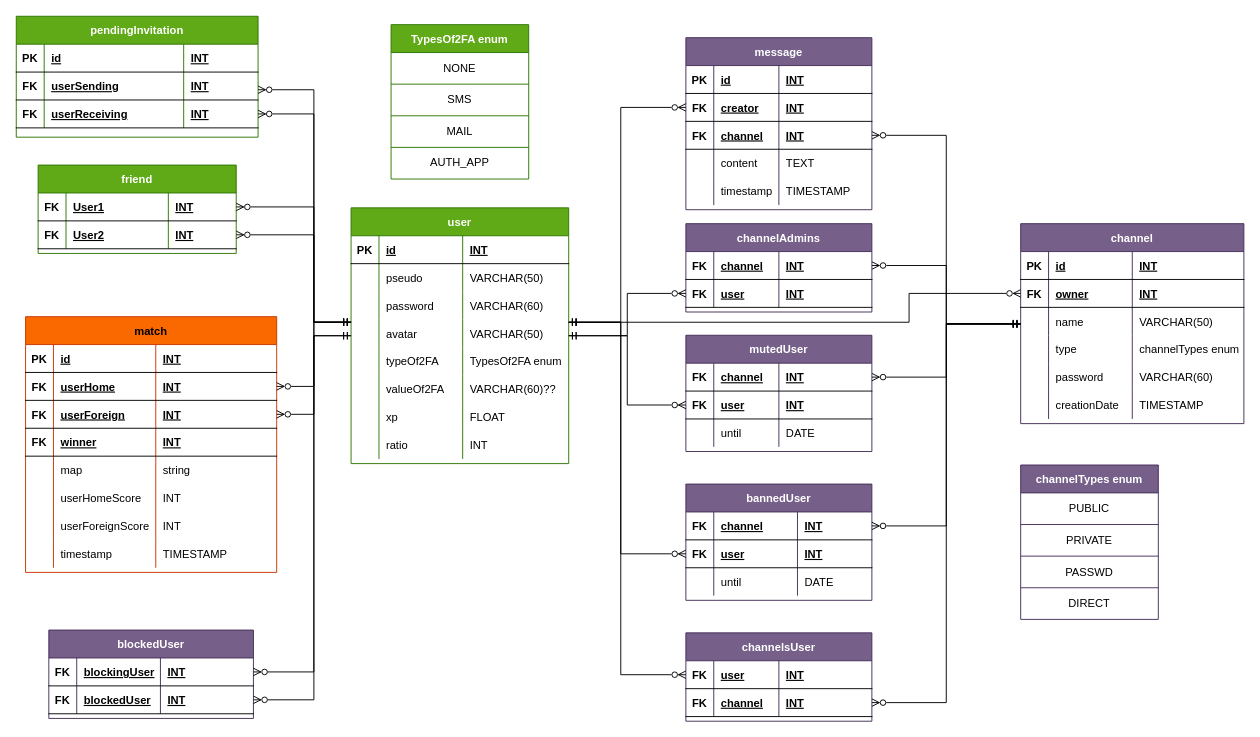
Earlier version of the draw.io diagram docs/database.drawio (frdescam/transcendence). Source tidied: cells renumbered, new cells numbered last; positions are measured from the earlier drawing's top-left corner, leaving out a move shared by most shapes. Both pictures are drawn from the tidied source at 93%, with x=0, y=0 at pixel (16, 16).
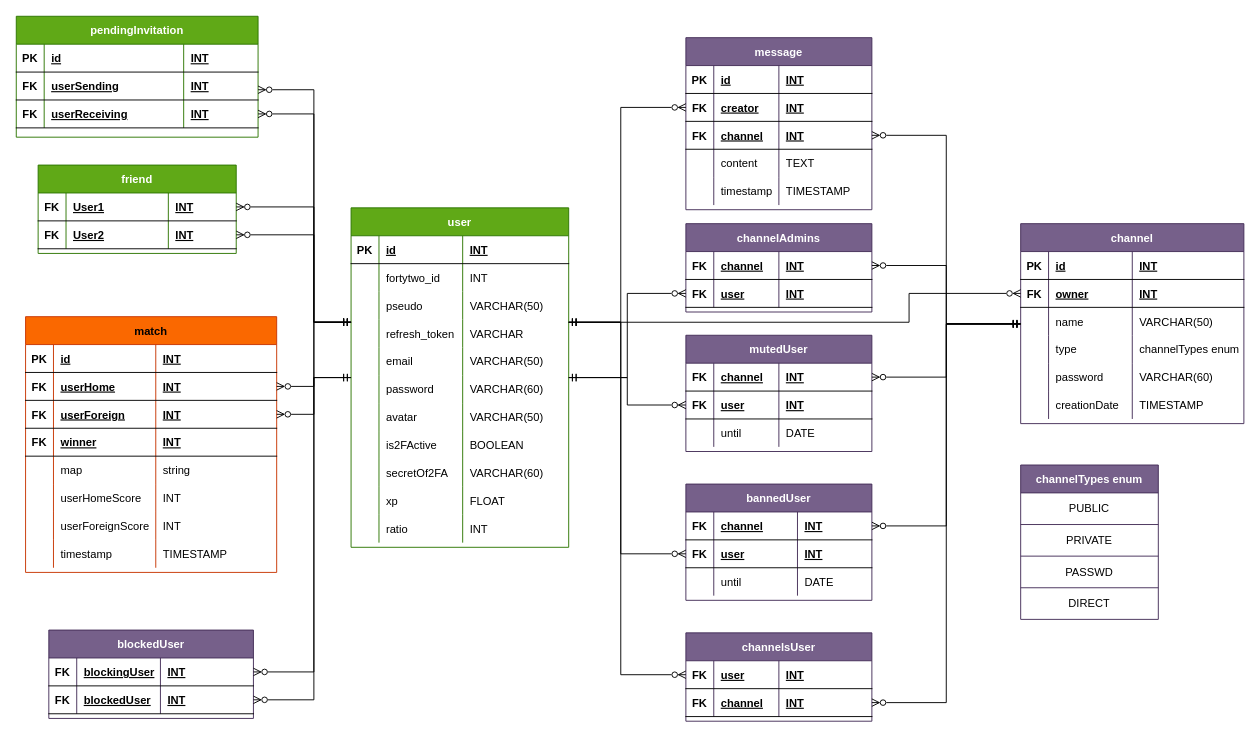
Above is the later version.

The edit, as a diff of the source:
```diff
@@
     <mxCell id="2" value="user" style="shape=table;startSize=30;childLayout=tableLayout;rowLines=0;fontStyle=1;align=center;fillColor=#60a917;fontColor=#ffffff;strokeColor=#2D7600;rounded=0;" parent="1" vertex="1">
-      <mxGeometry x="360" y="206" width="234" height="275" as="geometry" />
+      <mxGeometry x="360" y="206" width="234" height="365" as="geometry" />
     </mxCell>
@@
+    <mxCell id="226" style="shape=partialRectangle;fillColor=none;top=0;left=0;bottom=0;right=0;rounded=0;" parent="2" vertex="1">
+      <mxGeometry y="60" width="234" height="30" as="geometry" />
+    </mxCell>
+    <mxCell id="227" style="shape=partialRectangle;fillColor=none;top=0;left=0;bottom=0;right=0;overflow=hidden;rounded=0;" parent="226" vertex="1">
+      <mxGeometry width="30" height="30" as="geometry" />
+    </mxCell>
+    <mxCell id="228" value="fortytwo_id" style="shape=partialRectangle;fillColor=none;top=0;left=0;bottom=0;right=0;align=left;spacingLeft=6;overflow=hidden;rounded=0;" parent="226" vertex="1">
+      <mxGeometry x="30" width="90" height="30" as="geometry" />
+    </mxCell>
+    <mxCell id="229" value="INT" style="shape=partialRectangle;fillColor=none;top=0;left=0;bottom=0;right=0;align=left;spacingLeft=6;overflow=hidden;rounded=0;" parent="226" vertex="1">
+      <mxGeometry x="120" width="114" height="30" as="geometry" />
+    </mxCell>
     <mxCell id="7" style="shape=partialRectangle;fillColor=none;top=0;left=0;bottom=0;right=0;rounded=0;" parent="2" vertex="1">
-      <mxGeometry y="60" width="234" height="30" as="geometry" />
+      <mxGeometry y="90" width="234" height="30" as="geometry" />
     </mxCell>
@@
+    <mxCell id="230" style="shape=partialRectangle;fillColor=none;top=0;left=0;bottom=0;right=0;rounded=0;" parent="2" vertex="1">
+      <mxGeometry y="120" width="234" height="30" as="geometry" />
+    </mxCell>
+    <mxCell id="231" style="shape=partialRectangle;fillColor=none;top=0;left=0;bottom=0;right=0;overflow=hidden;rounded=0;" parent="230" vertex="1">
+      <mxGeometry width="30" height="30" as="geometry" />
+    </mxCell>
+    <mxCell id="232" value="refresh_token" style="shape=partialRectangle;fillColor=none;top=0;left=0;bottom=0;right=0;align=left;spacingLeft=6;overflow=hidden;rounded=0;" parent="230" vertex="1">
+      <mxGeometry x="30" width="90" height="30" as="geometry" />
+    </mxCell>
+    <mxCell id="233" value="VARCHAR" style="shape=partialRectangle;fillColor=none;top=0;left=0;bottom=0;right=0;align=left;spacingLeft=6;overflow=hidden;rounded=0;" parent="230" vertex="1">
+      <mxGeometry x="120" width="114" height="30" as="geometry" />
+    </mxCell>
+    <mxCell id="234" style="shape=partialRectangle;fillColor=none;top=0;left=0;bottom=0;right=0;rounded=0;" parent="2" vertex="1">
+      <mxGeometry y="150" width="234" height="30" as="geometry" />
+    </mxCell>
+    <mxCell id="235" style="shape=partialRectangle;fillColor=none;top=0;left=0;bottom=0;right=0;overflow=hidden;rounded=0;" parent="234" vertex="1">
+      <mxGeometry width="30" height="30" as="geometry" />
+    </mxCell>
+    <mxCell id="236" value="email" style="shape=partialRectangle;fillColor=none;top=0;left=0;bottom=0;right=0;align=left;spacingLeft=6;overflow=hidden;rounded=0;" parent="234" vertex="1">
+      <mxGeometry x="30" width="90" height="30" as="geometry" />
+    </mxCell>
+    <mxCell id="237" value="VARCHAR(50)" style="shape=partialRectangle;fillColor=none;top=0;left=0;bottom=0;right=0;align=left;spacingLeft=6;overflow=hidden;rounded=0;" parent="234" vertex="1">
+      <mxGeometry x="120" width="114" height="30" as="geometry" />
+    </mxCell>
     <mxCell id="11" style="shape=partialRectangle;fillColor=none;top=0;left=0;bottom=0;right=0;rounded=0;" parent="2" vertex="1">
-      <mxGeometry y="90" width="234" height="30" as="geometry" />
+      <mxGeometry y="180" width="234" height="30" as="geometry" />
     </mxCell>
@@
     <mxCell id="15" style="shape=partialRectangle;fillColor=none;top=0;left=0;bottom=0;right=0;rounded=0;" parent="2" vertex="1">
-      <mxGeometry y="120" width="234" height="30" as="geometry" />
+      <mxGeometry y="210" width="234" height="30" as="geometry" />
     </mxCell>
@@
+    <mxCell id="238" style="shape=partialRectangle;fillColor=none;top=0;left=0;bottom=0;right=0;rounded=0;" parent="2" vertex="1">
+      <mxGeometry y="240" width="234" height="30" as="geometry" />
+    </mxCell>
+    <mxCell id="239" style="shape=partialRectangle;fillColor=none;top=0;left=0;bottom=0;right=0;overflow=hidden;rounded=0;" parent="238" vertex="1">
+      <mxGeometry width="30" height="30" as="geometry" />
+    </mxCell>
+    <mxCell id="240" value="is2FActive" style="shape=partialRectangle;fillColor=none;top=0;left=0;bottom=0;right=0;align=left;spacingLeft=6;overflow=hidden;rounded=0;" parent="238" vertex="1">
+      <mxGeometry x="30" width="90" height="30" as="geometry" />
+    </mxCell>
+    <mxCell id="241" value="BOOLEAN" style="shape=partialRectangle;fillColor=none;top=0;left=0;bottom=0;right=0;align=left;spacingLeft=6;overflow=hidden;rounded=0;" parent="238" vertex="1">
+      <mxGeometry x="120" width="114" height="30" as="geometry" />
+    </mxCell>
     <mxCell id="19" style="shape=partialRectangle;fillColor=none;top=0;left=0;bottom=0;right=0;rounded=0;" parent="2" vertex="1">
-      <mxGeometry y="150" width="234" height="30" as="geometry" />
+      <mxGeometry y="270" width="234" height="30" as="geometry" />
     </mxCell>
@@
-    <mxCell id="21" value="typeOf2FA" style="shape=partialRectangle;fillColor=none;top=0;left=0;bottom=0;right=0;align=left;spacingLeft=6;overflow=hidden;rounded=0;" parent="19" vertex="1">
+    <mxCell id="21" value="secretOf2FA" style="shape=partialRectangle;fillColor=none;top=0;left=0;bottom=0;right=0;align=left;spacingLeft=6;overflow=hidden;rounded=0;" parent="19" vertex="1">
       <mxGeometry x="30" width="90" height="30" as="geometry" />
     </mxCell>
-    <mxCell id="22" value="TypesOf2FA enum" style="shape=partialRectangle;fillColor=none;top=0;left=0;bottom=0;right=0;align=left;spacingLeft=6;overflow=hidden;rounded=0;" parent="19" vertex="1">
+    <mxCell id="22" value="VARCHAR(60)" style="shape=partialRectangle;fillColor=none;top=0;left=0;bottom=0;right=0;align=left;spacingLeft=6;overflow=hidden;rounded=0;" parent="19" vertex="1">
       <mxGeometry x="120" width="114" height="30" as="geometry" />
     </mxCell>
-    <mxCell id="23" style="shape=partialRectangle;fillColor=none;top=0;left=0;bottom=0;right=0;rounded=0;" parent="2" vertex="1">
-      <mxGeometry y="180" width="234" height="30" as="geometry" />
-    </mxCell>
-    <mxCell id="24" style="shape=partialRectangle;fillColor=none;top=0;left=0;bottom=0;right=0;overflow=hidden;rounded=0;" parent="23" vertex="1">
-      <mxGeometry width="30" height="30" as="geometry" />
-    </mxCell>
-    <mxCell id="25" value="valueOf2FA" style="shape=partialRectangle;fillColor=none;top=0;left=0;bottom=0;right=0;align=left;spacingLeft=6;overflow=hidden;rounded=0;" parent="23" vertex="1">
-      <mxGeometry x="30" width="90" height="30" as="geometry" />
-    </mxCell>
-    <mxCell id="26" value="VARCHAR(60)??" style="shape=partialRectangle;fillColor=none;top=0;left=0;bottom=0;right=0;align=left;spacingLeft=6;overflow=hidden;rounded=0;" parent="23" vertex="1">
-      <mxGeometry x="120" width="114" height="30" as="geometry" />
-    </mxCell>
     <mxCell id="27" style="shape=partialRectangle;fillColor=none;top=0;left=0;bottom=0;right=0;rounded=0;" parent="2" vertex="1">
-      <mxGeometry y="210" width="234" height="30" as="geometry" />
+      <mxGeometry y="300" width="234" height="30" as="geometry" />
     </mxCell>
@@
     <mxCell id="31" style="shape=partialRectangle;fillColor=none;top=0;left=0;bottom=0;right=0;rounded=0;" parent="2" vertex="1">
-      <mxGeometry y="240" width="234" height="30" as="geometry" />
+      <mxGeometry y="330" width="234" height="30" as="geometry" />
     </mxCell>
@@
-    <mxCell id="208" value="TypesOf2FA enum" style="shape=table;startSize=30;childLayout=tableLayout;fontStyle=1;align=center;fillColor=#60a917;fontColor=#ffffff;strokeColor=#2D7600;" parent="1" vertex="1">
-      <mxGeometry x="403" y="9" width="148" height="166" as="geometry" />
-    </mxCell>
-    <mxCell id="209" style="shape=tableRow;horizontal=0;startSize=0;swimlaneHead=0;swimlaneBody=0;top=0;left=0;bottom=0;right=0;fillColor=none;" parent="208" vertex="1">
-      <mxGeometry y="30" width="148" height="34" as="geometry" />
-    </mxCell>
-    <mxCell id="210" value="NONE" style="shape=partialRectangle;html=1;whiteSpace=wrap;fillColor=none;top=0;left=0;bottom=0;right=0;overflow=hidden;" parent="209" vertex="1">
-      <mxGeometry width="148" height="34" as="geometry" />
-    </mxCell>
-    <mxCell id="211" style="shape=tableRow;horizontal=0;startSize=0;swimlaneHead=0;swimlaneBody=0;top=0;left=0;bottom=0;right=0;fillColor=none;" parent="208" vertex="1">
-      <mxGeometry y="64" width="148" height="34" as="geometry" />
-    </mxCell>
-    <mxCell id="212" value="SMS" style="shape=partialRectangle;html=1;whiteSpace=wrap;fillColor=none;top=0;left=0;bottom=0;right=0;overflow=hidden;" parent="211" vertex="1">
-      <mxGeometry width="148" height="34" as="geometry" />
-    </mxCell>
-    <mxCell id="213" style="shape=tableRow;horizontal=0;startSize=0;swimlaneHead=0;swimlaneBody=0;top=0;left=0;bottom=0;right=0;fillColor=none;" parent="208" vertex="1">
-      <mxGeometry y="98" width="148" height="34" as="geometry" />
-    </mxCell>
-    <mxCell id="214" value="MAIL" style="shape=partialRectangle;html=1;whiteSpace=wrap;fillColor=none;top=0;left=0;bottom=0;right=0;overflow=hidden;" parent="213" vertex="1">
-      <mxGeometry width="148" height="34" as="geometry" />
-    </mxCell>
-    <mxCell id="215" style="shape=tableRow;horizontal=0;startSize=0;swimlaneHead=0;swimlaneBody=0;top=0;left=0;bottom=0;right=0;fillColor=none;" parent="208" vertex="1">
-      <mxGeometry y="132" width="148" height="34" as="geometry" />
-    </mxCell>
-    <mxCell id="216" value="AUTH_APP" style="shape=partialRectangle;html=1;whiteSpace=wrap;fillColor=none;top=0;left=0;bottom=0;right=0;overflow=hidden;" parent="215" vertex="1">
-      <mxGeometry width="148" height="34" as="geometry" />
-    </mxCell>
```
